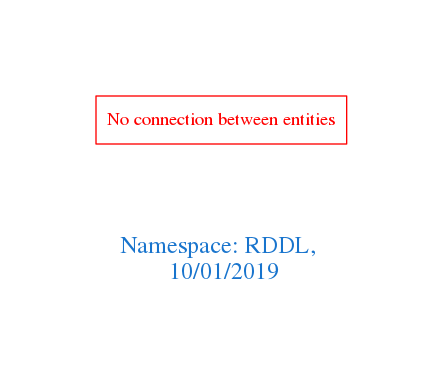
The Graphviz diagram downloads/RDDL.png in arago/OGIT, before a commit. Its source is kept beside it as downloads/RDDL.dot.
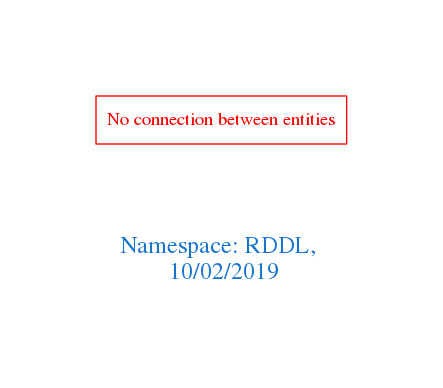
The same diagram one commit later.

The edit, as a diff of the source:
```diff
@@ -1,7 +1,7 @@
 digraph OGIT_ontology {
  graph [ rankdir= LR,pad=1
 fontsize = 18,
-fontcolor= dodgerblue3,label = "\n\n\nNamespace: RDDL, \n 10/01/2019"];
+fontcolor= dodgerblue3,label = "\n\n\nNamespace: RDDL, \n 10/02/2019"];
 node[shape=polygon];
 edge [  color="gray81"];
 
```
